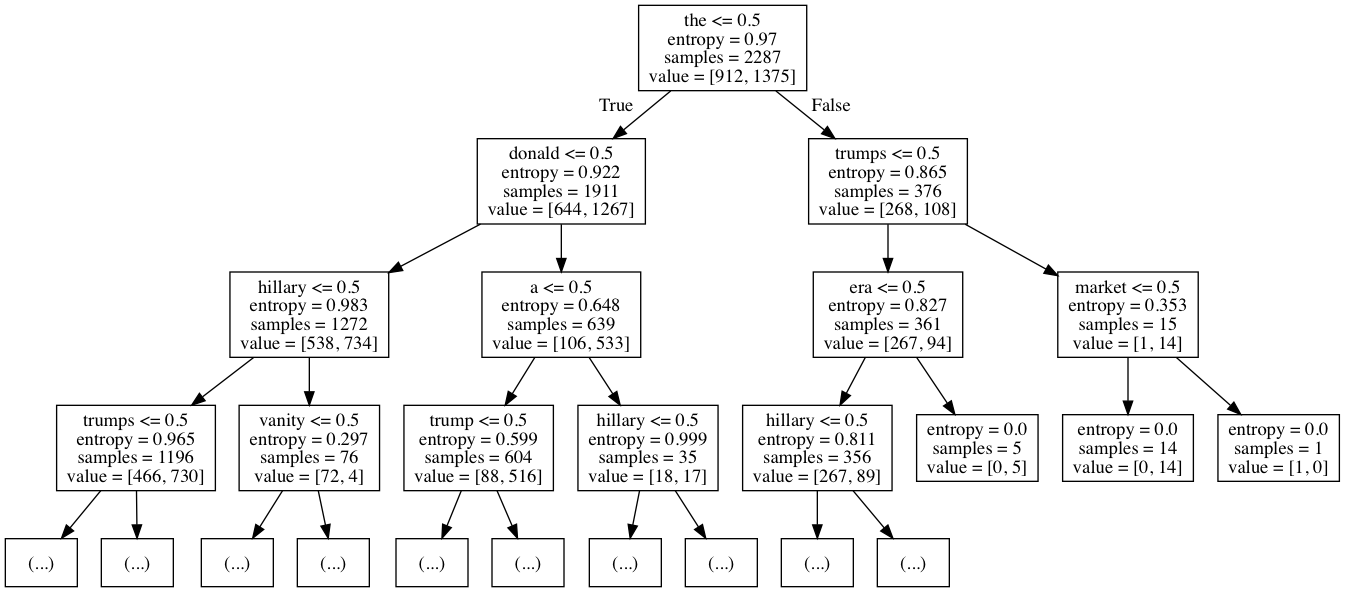
The Graphviz diagram tree.png in derekli19951103/MLa3, before a commit. Its source is kept beside it as tree.dot.
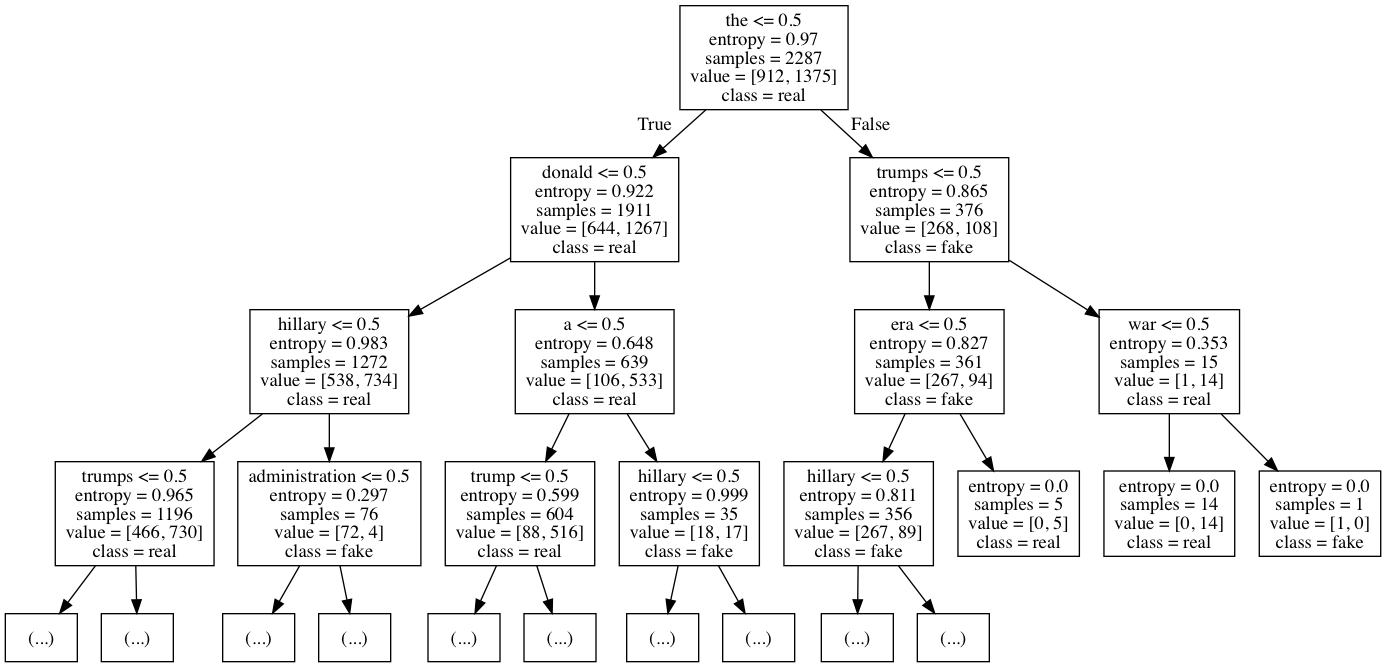
Later version of the same file.

Change to the diagram source:
```diff
@@ -1,52 +1,52 @@
 digraph Tree {
 node [shape=box] ;
-0 [label="the <= 0.5\nentropy = 0.97\nsamples = 2287\nvalue = [912, 1375]"] ;
-1 [label="donald <= 0.5\nentropy = 0.922\nsamples = 1911\nvalue = [644, 1267]"] ;
+0 [label="the <= 0.5\nentropy = 0.97\nsamples = 2287\nvalue = [912, 1375]\nclass = real"] ;
+1 [label="donald <= 0.5\nentropy = 0.922\nsamples = 1911\nvalue = [644, 1267]\nclass = real"] ;
 0 -> 1 [labeldistance=2.5, labelangle=45, headlabel="True"] ;
-2 [label="hillary <= 0.5\nentropy = 0.983\nsamples = 1272\nvalue = [538, 734]"] ;
+2 [label="hillary <= 0.5\nentropy = 0.983\nsamples = 1272\nvalue = [538, 734]\nclass = real"] ;
 1 -> 2 ;
-3 [label="trumps <= 0.5\nentropy = 0.965\nsamples = 1196\nvalue = [466, 730]"] ;
+3 [label="trumps <= 0.5\nentropy = 0.965\nsamples = 1196\nvalue = [466, 730]\nclass = real"] ;
 2 -> 3 ;
 4 [label="(...)"] ;
 3 -> 4 ;
-465 [label="(...)"] ;
-3 -> 465 ;
-470 [label="vanity <= 0.5\nentropy = 0.297\nsamples = 76\nvalue = [72, 4]"] ;
-2 -> 470 ;
-471 [label="(...)"] ;
-470 -> 471 ;
-480 [label="(...)"] ;
-470 -> 480 ;
-481 [label="a <= 0.5\nentropy = 0.648\nsamples = 639\nvalue = [106, 533]"] ;
-1 -> 481 ;
-482 [label="trump <= 0.5\nentropy = 0.599\nsamples = 604\nvalue = [88, 516]"] ;
-481 -> 482 ;
-483 [label="(...)"] ;
-482 -> 483 ;
-484 [label="(...)"] ;
-482 -> 484 ;
-605 [label="hillary <= 0.5\nentropy = 0.999\nsamples = 35\nvalue = [18, 17]"] ;
-481 -> 605 ;
+461 [label="(...)"] ;
+3 -> 461 ;
+466 [label="administration <= 0.5\nentropy = 0.297\nsamples = 76\nvalue = [72, 4]\nclass = fake"] ;
+2 -> 466 ;
+467 [label="(...)"] ;
+466 -> 467 ;
+478 [label="(...)"] ;
+466 -> 478 ;
+479 [label="a <= 0.5\nentropy = 0.648\nsamples = 639\nvalue = [106, 533]\nclass = real"] ;
+1 -> 479 ;
+480 [label="trump <= 0.5\nentropy = 0.599\nsamples = 604\nvalue = [88, 516]\nclass = real"] ;
+479 -> 480 ;
+481 [label="(...)"] ;
+480 -> 481 ;
+482 [label="(...)"] ;
+480 -> 482 ;
+605 [label="hillary <= 0.5\nentropy = 0.999\nsamples = 35\nvalue = [18, 17]\nclass = fake"] ;
+479 -> 605 ;
 606 [label="(...)"] ;
 605 -> 606 ;
-623 [label="(...)"] ;
-605 -> 623 ;
-624 [label="trumps <= 0.5\nentropy = 0.865\nsamples = 376\nvalue = [268, 108]"] ;
-0 -> 624 [labeldistance=2.5, labelangle=-45, headlabel="False"] ;
-625 [label="era <= 0.5\nentropy = 0.827\nsamples = 361\nvalue = [267, 94]"] ;
-624 -> 625 ;
-626 [label="hillary <= 0.5\nentropy = 0.811\nsamples = 356\nvalue = [267, 89]"] ;
-625 -> 626 ;
-627 [label="(...)"] ;
+625 [label="(...)"] ;
+605 -> 625 ;
+626 [label="trumps <= 0.5\nentropy = 0.865\nsamples = 376\nvalue = [268, 108]\nclass = fake"] ;
+0 -> 626 [labeldistance=2.5, labelangle=-45, headlabel="False"] ;
+627 [label="era <= 0.5\nentropy = 0.827\nsamples = 361\nvalue = [267, 94]\nclass = fake"] ;
 626 -> 627 ;
-790 [label="(...)"] ;
+628 [label="hillary <= 0.5\nentropy = 0.811\nsamples = 356\nvalue = [267, 89]\nclass = fake"] ;
+627 -> 628 ;
+629 [label="(...)"] ;
+628 -> 629 ;
+788 [label="(...)"] ;
+628 -> 788 ;
+789 [label="entropy = 0.0\nsamples = 5\nvalue = [0, 5]\nclass = real"] ;
+627 -> 789 ;
+790 [label="war <= 0.5\nentropy = 0.353\nsamples = 15\nvalue = [1, 14]\nclass = real"] ;
 626 -> 790 ;
-791 [label="entropy = 0.0\nsamples = 5\nvalue = [0, 5]"] ;
-625 -> 791 ;
-792 [label="market <= 0.5\nentropy = 0.353\nsamples = 15\nvalue = [1, 14]"] ;
-624 -> 792 ;
-793 [label="entropy = 0.0\nsamples = 14\nvalue = [0, 14]"] ;
-792 -> 793 ;
-794 [label="entropy = 0.0\nsamples = 1\nvalue = [1, 0]"] ;
-792 -> 794 ;
+791 [label="entropy = 0.0\nsamples = 14\nvalue = [0, 14]\nclass = real"] ;
+790 -> 791 ;
+792 [label="entropy = 0.0\nsamples = 1\nvalue = [1, 0]\nclass = fake"] ;
+790 -> 792 ;
 }
```
